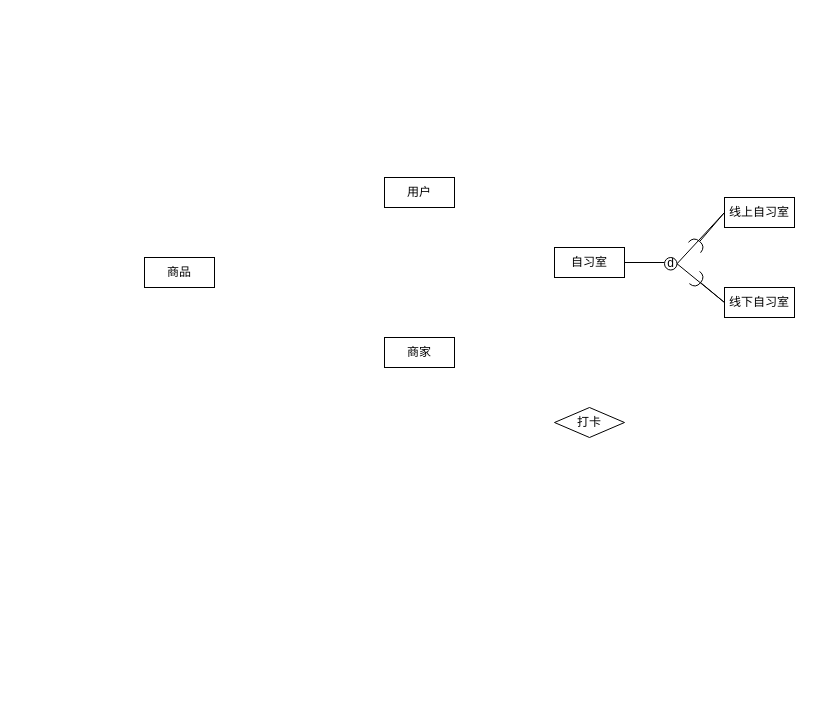
This is 未命名绘图.drawio from wuhongmei/pic, a draw.io file, before an edit. Source tidied: cells renumbered, new cells numbered last; positions are measured from the earlier drawing's top-left corner, leaving out a move shared by most shapes. Both pictures are drawn from the tidied source at 100%, with x=0, y=0 at pixel (144, 177).
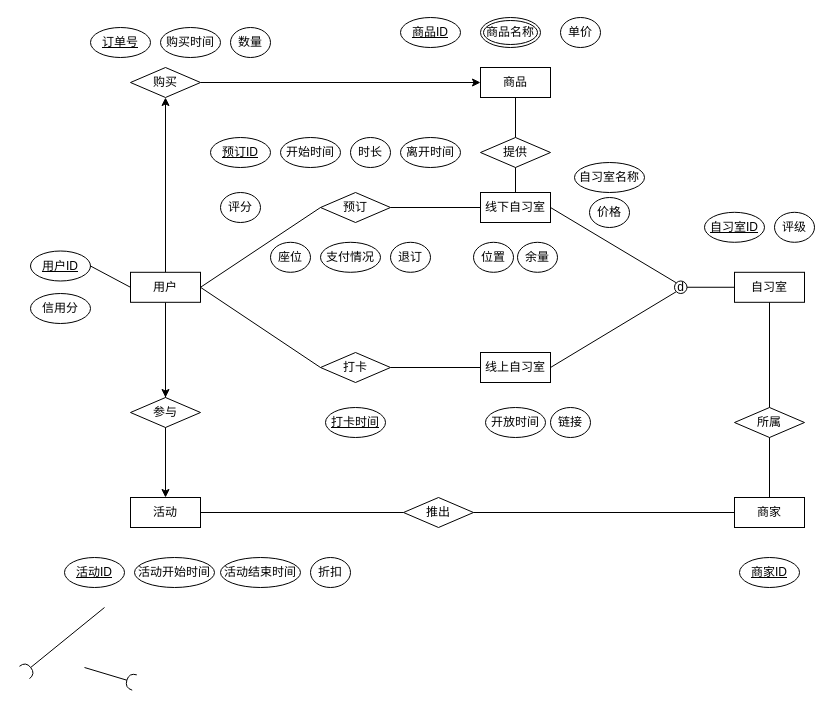
The same diagram, later.

The edit, as a diff of the source:
```diff
@@
     <mxCell id="2" value="线上自习室" style="whiteSpace=wrap;html=1;align=center;" parent="1" vertex="1">
-      <mxGeometry x="580" y="20" width="70" height="30" as="geometry" />
+      <mxGeometry x="336" y="175" width="70" height="30" as="geometry" />
     </mxCell>
+    <mxCell id="16" style="edgeStyle=orthogonalEdgeStyle;rounded=0;jettySize=auto;html=1;entryX=0.5;entryY=1;entryDx=0;entryDy=0;" parent="1" edge="1" source="3" target="20">
+      <mxGeometry relative="1" as="geometry" />
+    </mxCell>
+    <mxCell id="17" style="edgeStyle=orthogonalEdgeStyle;rounded=0;jettySize=auto;html=1;entryX=0.5;entryY=0;entryDx=0;entryDy=0;" parent="1" edge="1" source="3" target="26">
+      <mxGeometry relative="1" as="geometry" />
+    </mxCell>
     <mxCell id="3" value="用户" style="whiteSpace=wrap;html=1;align=center;" parent="1" vertex="1">
-      <mxGeometry x="240" width="70" height="30" as="geometry" />
+      <mxGeometry x="-14" y="94.8" width="70" height="30" as="geometry" />
     </mxCell>
     <mxCell id="4" value="商家" style="whiteSpace=wrap;html=1;align=center;" parent="1" vertex="1">
-      <mxGeometry x="240" y="160" width="70" height="30" as="geometry" />
+      <mxGeometry x="590" y="320" width="70" height="30" as="geometry" />
     </mxCell>
     <mxCell id="5" value="商品" style="whiteSpace=wrap;html=1;align=center;" parent="1" vertex="1">
-      <mxGeometry y="80" width="70" height="30" as="geometry" />
+      <mxGeometry x="336" y="-110" width="70" height="30" as="geometry" />
     </mxCell>
     <mxCell id="6" value="打卡" style="shape=rhombus;perimeter=rhombusPerimeter;whiteSpace=wrap;html=1;align=center;" parent="1" vertex="1">
-      <mxGeometry x="410" y="230" width="70" height="30" as="geometry" />
+      <mxGeometry x="176" y="175" width="70" height="30" as="geometry" />
     </mxCell>
     <mxCell id="7" value="线下自习室" style="whiteSpace=wrap;html=1;align=center;" parent="1" vertex="1">
-      <mxGeometry x="580" y="110" width="70" height="30" as="geometry" />
+      <mxGeometry x="336" y="15" width="70" height="30" as="geometry" />
     </mxCell>
     <mxCell id="8" value="自习室" style="whiteSpace=wrap;html=1;align=center;" parent="1" vertex="1">
-      <mxGeometry x="410" y="70" width="70" height="30" as="geometry" />
+      <mxGeometry x="590" y="94.8" width="70" height="30" as="geometry" />
     </mxCell>
-    <mxCell id="9" style="endArrow=none;html=1;rounded=0;entryX=0;entryY=0.5;entryDx=0;entryDy=0;startArrow=halfCircle;startFill=0;sourcePerimeterSpacing=0;strokeWidth=1;" parent="1" edge="1" target="2">
+    <mxCell id="9" style="endArrow=none;html=1;rounded=0;entryX=1;entryY=0.5;entryDx=0;entryDy=0;startArrow=halfCircle;startFill=0;sourcePerimeterSpacing=0;strokeWidth=1;" parent="1" edge="1">
       <mxGeometry relative="1" as="geometry">
-        <mxPoint x="550" y="70" as="sourcePoint" />
+        <mxPoint x="-10" y="505" as="sourcePoint" />
+        <mxPoint x="-60" y="490" as="targetPoint" />
       </mxGeometry>
     </mxCell>
-    <mxCell id="10" style="endArrow=none;html=1;rounded=0;entryX=0;entryY=0.5;entryDx=0;entryDy=0;startArrow=halfCircle;startFill=0;sourcePerimeterSpacing=0;strokeWidth=1;" parent="1" edge="1" target="7">
+    <mxCell id="10" style="endArrow=none;html=1;rounded=0;entryX=1;entryY=0.5;entryDx=0;entryDy=0;startArrow=halfCircle;startFill=0;sourcePerimeterSpacing=0;strokeWidth=1;" parent="1" edge="1">
       <mxGeometry relative="1" as="geometry">
-        <mxPoint x="550" y="100" as="sourcePoint" />
+        <mxPoint x="-120" y="495" as="sourcePoint" />
+        <mxPoint x="-40" y="430" as="targetPoint" />
       </mxGeometry>
     </mxCell>
-    <mxCell id="11" style="endArrow=none;html=1;rounded=0;exitX=1;exitY=0.5;exitDx=0;exitDy=0;endFill=0;" parent="1" edge="1" source="8">
-      <mxGeometry relative="1" as="geometry">
-        <mxPoint x="520" y="85" as="targetPoint" />
-      </mxGeometry>
-    </mxCell>
-    <mxCell id="12" style="endArrow=none;html=1;rounded=0;exitX=1;exitY=0.5;exitDx=0;exitDy=0;entryX=0;entryY=0.5;entryDx=0;entryDy=0;" parent="1" edge="1" source="14" target="2">
+    <mxCell id="12" style="endArrow=none;html=1;rounded=0;exitX=0;exitY=1;exitDx=0;exitDy=0;entryX=1;entryY=0.5;entryDx=0;entryDy=0;" parent="1" edge="1" source="14" target="2">
       <mxGeometry relative="1" as="geometry" />
     </mxCell>
-    <mxCell id="13" style="endArrow=none;html=1;rounded=0;" parent="1" edge="1" target="14">
-      <mxGeometry relative="1" as="geometry">
-        <mxPoint x="520" y="90" as="sourcePoint" />
-      </mxGeometry>
+    <mxCell id="13" style="endArrow=none;html=1;rounded=0;" parent="1" edge="1" source="8" target="14">
+      <mxGeometry relative="1" as="geometry" />
     </mxCell>
     <mxCell id="14" value="d" style="ellipse;whiteSpace=wrap;html=1;" parent="1" vertex="1">
-      <mxGeometry x="520" y="80" width="12.5" height="12.5" as="geometry" />
+      <mxGeometry x="530" y="103.5" width="12.5" height="12.5" as="geometry" />
     </mxCell>
-    <mxCell id="15" style="endArrow=none;html=1;rounded=0;exitX=1;exitY=0.5;exitDx=0;exitDy=0;entryX=0;entryY=0.5;entryDx=0;entryDy=0;" parent="1" edge="1" source="14" target="7">
+    <mxCell id="15" style="endArrow=none;html=1;rounded=0;entryX=1;entryY=0.5;entryDx=0;entryDy=0;exitX=0;exitY=0;exitDx=0;exitDy=0;" parent="1" edge="1" source="14" target="7">
       <mxGeometry relative="1" as="geometry" />
     </mxCell>
+    <mxCell id="18" value="预订" style="shape=rhombus;perimeter=rhombusPerimeter;whiteSpace=wrap;html=1;align=center;" parent="1" vertex="1">
+      <mxGeometry x="176" y="15" width="70" height="30" as="geometry" />
+    </mxCell>
+    <mxCell id="19" style="edgeStyle=orthogonalEdgeStyle;rounded=0;jettySize=auto;html=1;entryX=0;entryY=0.5;entryDx=0;entryDy=0;" parent="1" edge="1" source="20" target="5">
+      <mxGeometry relative="1" as="geometry" />
+    </mxCell>
+    <mxCell id="20" value="购买" style="shape=rhombus;perimeter=rhombusPerimeter;whiteSpace=wrap;html=1;align=center;" parent="1" vertex="1">
+      <mxGeometry x="-14" y="-110" width="70" height="30" as="geometry" />
+    </mxCell>
+    <mxCell id="21" value="提供" style="shape=rhombus;perimeter=rhombusPerimeter;whiteSpace=wrap;html=1;align=center;" parent="1" vertex="1">
+      <mxGeometry x="336" y="-40" width="70" height="30" as="geometry" />
+    </mxCell>
+    <mxCell id="22" value="所属" style="shape=rhombus;perimeter=rhombusPerimeter;whiteSpace=wrap;html=1;align=center;" parent="1" vertex="1">
+      <mxGeometry x="590" y="230" width="70" height="30" as="geometry" />
+    </mxCell>
+    <mxCell id="23" value="活动" style="whiteSpace=wrap;html=1;align=center;" parent="1" vertex="1">
+      <mxGeometry x="-14" y="320" width="70" height="30" as="geometry" />
+    </mxCell>
+    <mxCell id="24" value="推出" style="shape=rhombus;perimeter=rhombusPerimeter;whiteSpace=wrap;html=1;align=center;" parent="1" vertex="1">
+      <mxGeometry x="259" y="320" width="70" height="30" as="geometry" />
+    </mxCell>
+    <mxCell id="25" style="edgeStyle=orthogonalEdgeStyle;rounded=0;jettySize=auto;html=1;entryX=0.5;entryY=0;entryDx=0;entryDy=0;exitX=0.5;exitY=1;exitDx=0;exitDy=0;" parent="1" edge="1" source="26" target="23">
+      <mxGeometry relative="1" as="geometry">
+        <Array as="points">
+          <mxPoint x="21" y="170" />
+          <mxPoint x="21" y="170" />
+        </Array>
+      </mxGeometry>
+    </mxCell>
+    <mxCell id="26" value="参与" style="shape=rhombus;perimeter=rhombusPerimeter;whiteSpace=wrap;html=1;align=center;" parent="1" vertex="1">
+      <mxGeometry x="-14" y="220" width="70" height="30" as="geometry" />
+    </mxCell>
+    <mxCell id="27" style="endArrow=none;html=1;rounded=0;exitX=1;exitY=0.5;exitDx=0;exitDy=0;entryX=0;entryY=0.5;entryDx=0;entryDy=0;" parent="1" edge="1" source="3" target="18">
+      <mxGeometry relative="1" as="geometry" />
+    </mxCell>
+    <mxCell id="28" style="endArrow=none;html=1;rounded=0;exitX=1;exitY=0.5;exitDx=0;exitDy=0;entryX=0;entryY=0.5;entryDx=0;entryDy=0;" parent="1" edge="1" source="3" target="6">
+      <mxGeometry relative="1" as="geometry" />
+    </mxCell>
+    <mxCell id="29" style="endArrow=none;html=1;rounded=0;exitX=1;exitY=0.5;exitDx=0;exitDy=0;entryX=0;entryY=0.5;entryDx=0;entryDy=0;" parent="1" edge="1" source="18" target="7">
+      <mxGeometry relative="1" as="geometry" />
+    </mxCell>
+    <mxCell id="30" style="endArrow=none;html=1;rounded=0;entryX=0;entryY=0.5;entryDx=0;entryDy=0;" parent="1" edge="1" target="2">
+      <mxGeometry relative="1" as="geometry">
+        <mxPoint x="246" y="190" as="sourcePoint" />
+      </mxGeometry>
+    </mxCell>
+    <mxCell id="31" style="endArrow=none;html=1;rounded=0;exitX=0.5;exitY=1;exitDx=0;exitDy=0;entryX=0.5;entryY=0;entryDx=0;entryDy=0;" parent="1" edge="1" source="21" target="7">
+      <mxGeometry relative="1" as="geometry" />
+    </mxCell>
+    <mxCell id="32" style="endArrow=none;html=1;rounded=0;exitX=0.5;exitY=1;exitDx=0;exitDy=0;entryX=0.5;entryY=0;entryDx=0;entryDy=0;" parent="1" edge="1" source="5" target="21">
+      <mxGeometry relative="1" as="geometry" />
+    </mxCell>
+    <mxCell id="33" style="endArrow=none;html=1;rounded=0;exitX=0.5;exitY=0;exitDx=0;exitDy=0;entryX=0.5;entryY=1;entryDx=0;entryDy=0;" parent="1" edge="1" source="22" target="8">
+      <mxGeometry relative="1" as="geometry" />
+    </mxCell>
+    <mxCell id="34" style="endArrow=none;html=1;rounded=0;exitX=0.5;exitY=0;exitDx=0;exitDy=0;entryX=0.5;entryY=1;entryDx=0;entryDy=0;" parent="1" edge="1" source="4" target="22">
+      <mxGeometry relative="1" as="geometry" />
+    </mxCell>
+    <mxCell id="35" style="endArrow=none;html=1;rounded=0;exitX=1;exitY=0.5;exitDx=0;exitDy=0;entryX=0;entryY=0.5;entryDx=0;entryDy=0;" parent="1" edge="1" source="24" target="4">
+      <mxGeometry relative="1" as="geometry" />
+    </mxCell>
+    <mxCell id="36" style="endArrow=none;html=1;rounded=0;exitX=1;exitY=0.5;exitDx=0;exitDy=0;entryX=0;entryY=0.5;entryDx=0;entryDy=0;" parent="1" edge="1" source="23" target="24">
+      <mxGeometry relative="1" as="geometry" />
+    </mxCell>
+    <mxCell id="37" style="endArrow=none;html=1;rounded=0;exitX=1;exitY=0.5;exitDx=0;exitDy=0;entryX=0;entryY=0.5;entryDx=0;entryDy=0;" parent="1" edge="1" source="60" target="3">
+      <mxGeometry relative="1" as="geometry" />
+    </mxCell>
+    <mxCell id="38" value="单价" style="ellipse;whiteSpace=wrap;html=1;align=center;" parent="1" vertex="1">
+      <mxGeometry x="416" y="-160" width="40" height="30" as="geometry" />
+    </mxCell>
+    <mxCell id="39" value="商品名称" style="ellipse;shape=doubleEllipse;margin=3;whiteSpace=wrap;html=1;align=center;" parent="1" vertex="1">
+      <mxGeometry x="336" y="-160" width="60" height="30" as="geometry" />
+    </mxCell>
+    <mxCell id="40" value="商品ID" style="ellipse;whiteSpace=wrap;html=1;align=center;fontStyle=4;" parent="1" vertex="1">
+      <mxGeometry x="256" y="-160" width="60" height="30" as="geometry" />
+    </mxCell>
+    <mxCell id="41" value="订单号" style="ellipse;whiteSpace=wrap;html=1;align=center;fontStyle=4;" parent="1" vertex="1">
+      <mxGeometry x="-54" y="-150" width="60" height="30" as="geometry" />
+    </mxCell>
+    <mxCell id="42" value="数量" style="ellipse;whiteSpace=wrap;html=1;align=center;" parent="1" vertex="1">
+      <mxGeometry x="86" y="-150" width="40" height="30" as="geometry" />
+    </mxCell>
+    <mxCell id="43" value="预订ID" style="ellipse;whiteSpace=wrap;html=1;align=center;fontStyle=4;" parent="1" vertex="1">
+      <mxGeometry x="66" y="-40" width="60" height="30" as="geometry" />
+    </mxCell>
+    <mxCell id="44" value="开始时间" style="ellipse;whiteSpace=wrap;html=1;align=center;" parent="1" vertex="1">
+      <mxGeometry x="136" y="-40" width="60" height="30" as="geometry" />
+    </mxCell>
+    <mxCell id="45" value="时长" style="ellipse;whiteSpace=wrap;html=1;align=center;" parent="1" vertex="1">
+      <mxGeometry x="206" y="-40" width="40" height="30" as="geometry" />
+    </mxCell>
+    <mxCell id="46" value="离开时间" style="ellipse;whiteSpace=wrap;html=1;align=center;" parent="1" vertex="1">
+      <mxGeometry x="256" y="-40" width="60" height="30" as="geometry" />
+    </mxCell>
+    <mxCell id="47" value="座位" style="ellipse;whiteSpace=wrap;html=1;align=center;" parent="1" vertex="1">
+      <mxGeometry x="126" y="64.8" width="40" height="30" as="geometry" />
+    </mxCell>
+    <mxCell id="48" value="支付情况" style="ellipse;whiteSpace=wrap;html=1;align=center;" parent="1" vertex="1">
+      <mxGeometry x="176" y="64.8" width="60" height="30" as="geometry" />
+    </mxCell>
+    <mxCell id="49" value="评分" style="ellipse;whiteSpace=wrap;html=1;align=center;" parent="1" vertex="1">
+      <mxGeometry x="76" y="15" width="40" height="30" as="geometry" />
+    </mxCell>
+    <mxCell id="50" value="自习室ID" style="ellipse;whiteSpace=wrap;html=1;align=center;fontStyle=4;" parent="1" vertex="1">
+      <mxGeometry x="560" y="34.8" width="60" height="30" as="geometry" />
+    </mxCell>
+    <mxCell id="51" value="位置" style="ellipse;whiteSpace=wrap;html=1;align=center;" parent="1" vertex="1">
+      <mxGeometry x="329" y="64.8" width="40" height="30" as="geometry" />
+    </mxCell>
+    <mxCell id="52" value="余量" style="ellipse;whiteSpace=wrap;html=1;align=center;" parent="1" vertex="1">
+      <mxGeometry x="373" y="64.8" width="40" height="30" as="geometry" />
+    </mxCell>
+    <mxCell id="53" value="开放时间" style="ellipse;whiteSpace=wrap;html=1;align=center;" parent="1" vertex="1">
+      <mxGeometry x="341" y="230" width="60" height="30" as="geometry" />
+    </mxCell>
+    <mxCell id="54" value="信用分" style="ellipse;whiteSpace=wrap;html=1;align=center;" parent="1" vertex="1">
+      <mxGeometry x="-114" y="116" width="60" height="30" as="geometry" />
+    </mxCell>
+    <mxCell id="55" value="评级" style="ellipse;whiteSpace=wrap;html=1;align=center;" parent="1" vertex="1">
+      <mxGeometry x="630" y="34.8" width="40" height="30" as="geometry" />
+    </mxCell>
+    <mxCell id="56" value="商家ID" style="ellipse;whiteSpace=wrap;html=1;align=center;fontStyle=4;" parent="1" vertex="1">
+      <mxGeometry x="595" y="380" width="60" height="30" as="geometry" />
+    </mxCell>
+    <mxCell id="57" value="活动ID" style="ellipse;whiteSpace=wrap;html=1;align=center;fontStyle=4;" parent="1" vertex="1">
+      <mxGeometry x="-80" y="380" width="60" height="30" as="geometry" />
+    </mxCell>
+    <mxCell id="58" value="活动开始时间" style="ellipse;whiteSpace=wrap;html=1;align=center;" parent="1" vertex="1">
+      <mxGeometry x="-10" y="380" width="80" height="30" as="geometry" />
+    </mxCell>
+    <mxCell id="59" value="折扣" style="ellipse;whiteSpace=wrap;html=1;align=center;" parent="1" vertex="1">
+      <mxGeometry x="166" y="380" width="40" height="30" as="geometry" />
+    </mxCell>
+    <mxCell id="60" value="用户ID" style="ellipse;whiteSpace=wrap;html=1;align=center;fontStyle=4;" parent="1" vertex="1">
+      <mxGeometry x="-114" y="73.5" width="60" height="30" as="geometry" />
+    </mxCell>
+    <mxCell id="61" value="退订" style="ellipse;whiteSpace=wrap;html=1;align=center;" parent="1" vertex="1">
+      <mxGeometry x="246" y="64.8" width="40" height="30" as="geometry" />
+    </mxCell>
+    <mxCell id="62" value="链接" style="ellipse;whiteSpace=wrap;html=1;align=center;" parent="1" vertex="1">
+      <mxGeometry x="406" y="230" width="40" height="30" as="geometry" />
+    </mxCell>
+    <mxCell id="63" value="打卡时间" style="ellipse;whiteSpace=wrap;html=1;align=center;fontStyle=4;" parent="1" vertex="1">
+      <mxGeometry x="181" y="230" width="60" height="30" as="geometry" />
+    </mxCell>
+    <mxCell id="64" value="自习室名称" style="ellipse;whiteSpace=wrap;html=1;align=center;" parent="1" vertex="1">
+      <mxGeometry x="430" y="-15" width="70" height="30" as="geometry" />
+    </mxCell>
+    <mxCell id="65" value="价格" style="ellipse;whiteSpace=wrap;html=1;align=center;" parent="1" vertex="1">
+      <mxGeometry x="445" y="20" width="40" height="30" as="geometry" />
+    </mxCell>
+    <mxCell id="66" value="活动结束时间" style="ellipse;whiteSpace=wrap;html=1;align=center;" parent="1" vertex="1">
+      <mxGeometry x="76" y="380" width="80" height="30" as="geometry" />
+    </mxCell>
+    <mxCell id="67" value="购买时间" style="ellipse;whiteSpace=wrap;html=1;align=center;" parent="1" vertex="1">
+      <mxGeometry x="16" y="-150" width="60" height="30" as="geometry" />
+    </mxCell>
```
